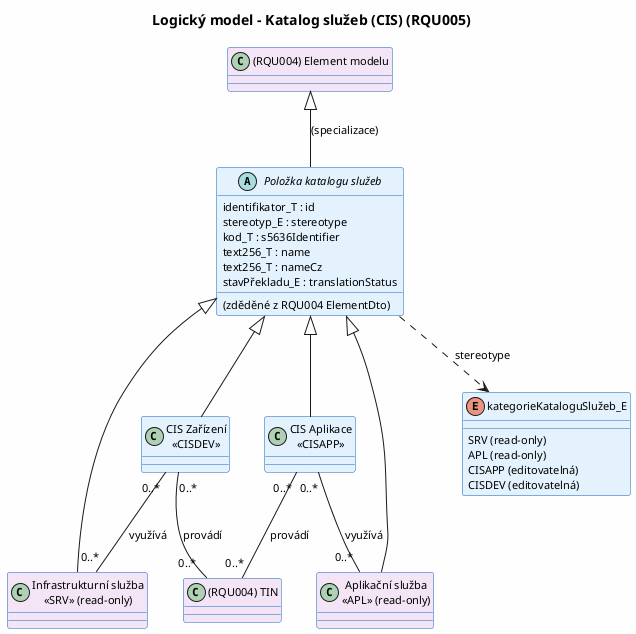
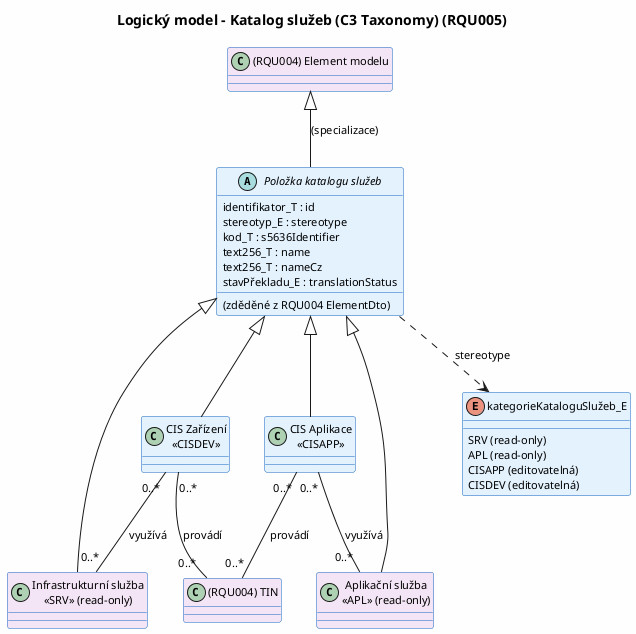
@startuml LM_class_diagram
skinparam defaultFontName "Segoe UI"
skinparam defaultFontSize 11
skinparam classMinWidth 170
skinparam backgroundColor #FEFEFE
skinparam classBorderColor #1565C0
skinparam classBackgroundColor #E3F2FD
skinparam enumBorderColor #f57f17
skinparam enumBackgroundColor #fff9c4

- title Logický model – Katalog služeb (CIS) (RQU005)
+ title Logický model – Katalog služeb (C3 Taxonomy) (RQU005)

abstract class "Položka katalogu služeb" as L001 [[#lm-L001]] {
    (zděděné z RQU004 ElementDto)
    identifikator_T : id
    stereotyp_E : stereotype
    kod_T : s5636Identifier
    text256_T : name
    text256_T : nameCz
    stavPřekladu_E : translationStatus
}

class "Infrastrukturní služba\n<<SRV>> (read-only)" as L002 [[#lm-L002]] #f3e5f5
class "Aplikační služba\n<<APL>> (read-only)" as L003 [[#lm-L003]] #f3e5f5
class "CIS Aplikace\n<<CISAPP>>" as L004 [[#lm-L004]]
class "CIS Zařízení\n<<CISDEV>>" as L005 [[#lm-L005]]

enum "kategorieKataloguSlužeb_E" as E001 [[#lm-E001]] {
    SRV (read-only)
    APL (read-only)
    CISAPP (editovatelná)
    CISDEV (editovatelná)
}

class "(RQU004) Element modelu" as RQU004_L001 #f3e5f5
class "(RQU004) TIN" as RQU004_TIN #f3e5f5

L001 <|-- L002
L001 <|-- L003
L001 <|-- L004
L001 <|-- L005

RQU004_L001 <|-- L001 : (specializace)

L001 ..> E001 : stereotype

L004 "0..*" -- "0..*" L003 : využívá
L005 "0..*" -- "0..*" L002 : využívá
L004 "0..*" -- "0..*" RQU004_TIN : provádí
L005 "0..*" -- "0..*" RQU004_TIN : provádí

@enduml
